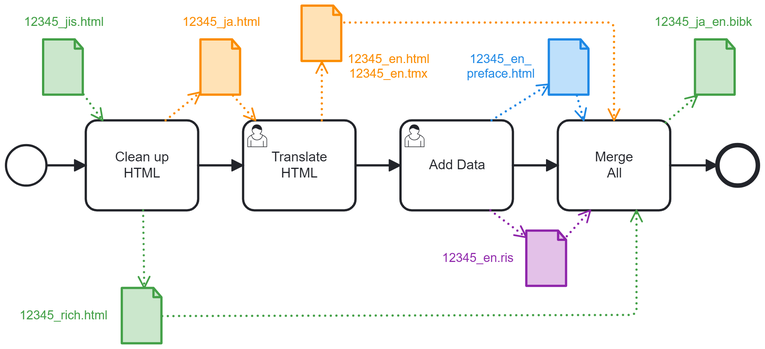
Before: 0-InitialWorkflow.png, a diagram exported from BPMN (japotrad/blue-sora). Its source is kept beside it as 0-InitialWorkflow.bpmn. Ids are renumbered.
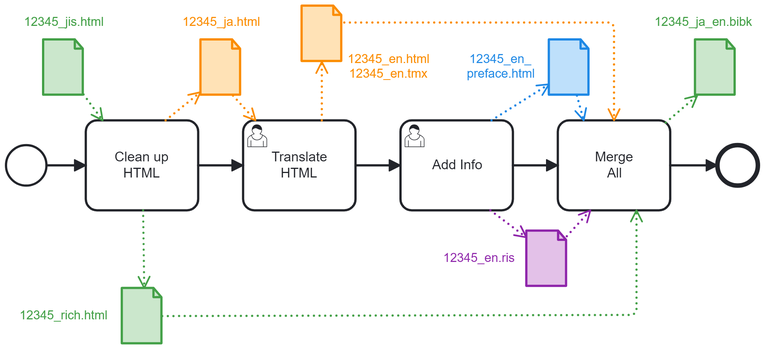
The same diagram one commit later.

Commit message:
In stage 4, add a task to segment the translation. Improve the main README and BPMN diagrams.

Diff of the diagram source:
```diff
@@ -1,4 +1,4 @@
-<bpmn:definitions xmlns:bpmn="http://www.omg.org/spec/BPMN/20100524/MODEL" xmlns:bpmndi="http://www.omg.org/spec/BPMN/20100524/DI" xmlns:dc="http://www.omg.org/spec/DD/20100524/DC" xmlns:bioc="http://bpmn.io/schema/bpmn/biocolor/1.0" xmlns:color="http://www.omg.org/spec/BPMN/non-normative/color/1.0" xmlns:di="http://www.omg.org/spec/DD/20100524/DI" xmlns:modeler="http://camunda.org/schema/modeler/1.0" id="Definitions_n1" targetNamespace="http://bpmn.io/schema/bpmn" exporter="Camunda Modeler" exporterVersion="5.29.0" modeler:executionPlatform="Camunda Cloud" modeler:executionPlatformVersion="8.2.0">
+<bpmn:definitions xmlns:bpmn="http://www.omg.org/spec/BPMN/20100524/MODEL" xmlns:bpmndi="http://www.omg.org/spec/BPMN/20100524/DI" xmlns:dc="http://www.omg.org/spec/DD/20100524/DC" xmlns:bioc="http://bpmn.io/schema/bpmn/biocolor/1.0" xmlns:color="http://www.omg.org/spec/BPMN/non-normative/color/1.0" xmlns:di="http://www.omg.org/spec/DD/20100524/DI" xmlns:modeler="http://camunda.org/schema/modeler/1.0" id="Definitions_n1" targetNamespace="http://bpmn.io/schema/bpmn" exporter="Camunda Modeler" exporterVersion="5.34.0" modeler:executionPlatform="Camunda Cloud" modeler:executionPlatformVersion="8.2.0">
   <bpmn:process id="buildDbk" name="buildDbk" isExecutable="true">
     <bpmn:dataObjectReference id="DataObjectReference_n2" name="12345_en_&#10;preface.html" dataObjectRef="DataObject_n3" />
     <bpmn:dataObjectReference id="DataObjectReference_n4" name="12345_en.html&#10;12345_en.tmx" dataObjectRef="DataObject_n5" />
@@ -7,7 +7,7 @@
     <bpmn:dataObjectReference id="DataObjectReference_n10" name="12345_ja.html" dataObjectRef="DataObject_n11" />
     <bpmn:dataObjectReference id="DataObjectReference_n12" name="12345_jis.html" dataObjectRef="DataObject_n13" />
     <bpmn:dataObjectReference id="DataObjectReference_n14" name="12345_rich.html" dataObjectRef="DataObject_n15" />
-    <bpmn:userTask id="Activity_n16" name="Add Data">
+    <bpmn:userTask id="Activity_n16" name="Add Info">
       <bpmn:incoming>Flow_n17</bpmn:incoming>
       <bpmn:outgoing>Flow_n18</bpmn:outgoing>
       <bpmn:dataOutputAssociation id="DataOutputAssociation_n19">
```
